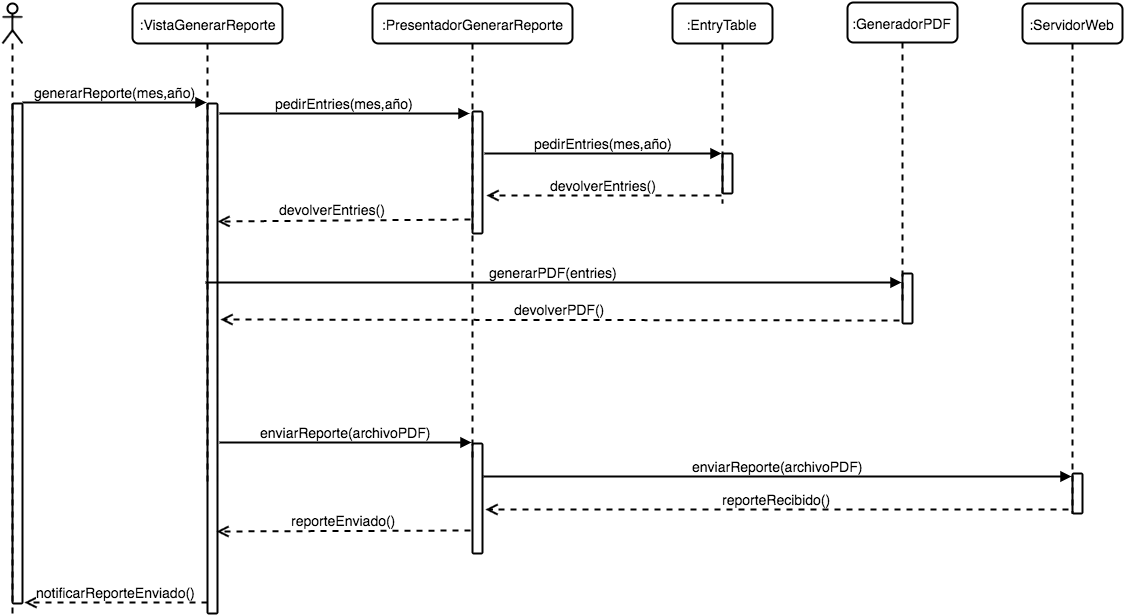
The draw.io diagram imagenes/secuencia_generar_reporte.png in susana1710/libro-pasantia, before a commit. Source tidied: cells renumbered, new cells last; positions are measured from the earlier drawing's top-left corner, leaving out a move shared by most shapes.
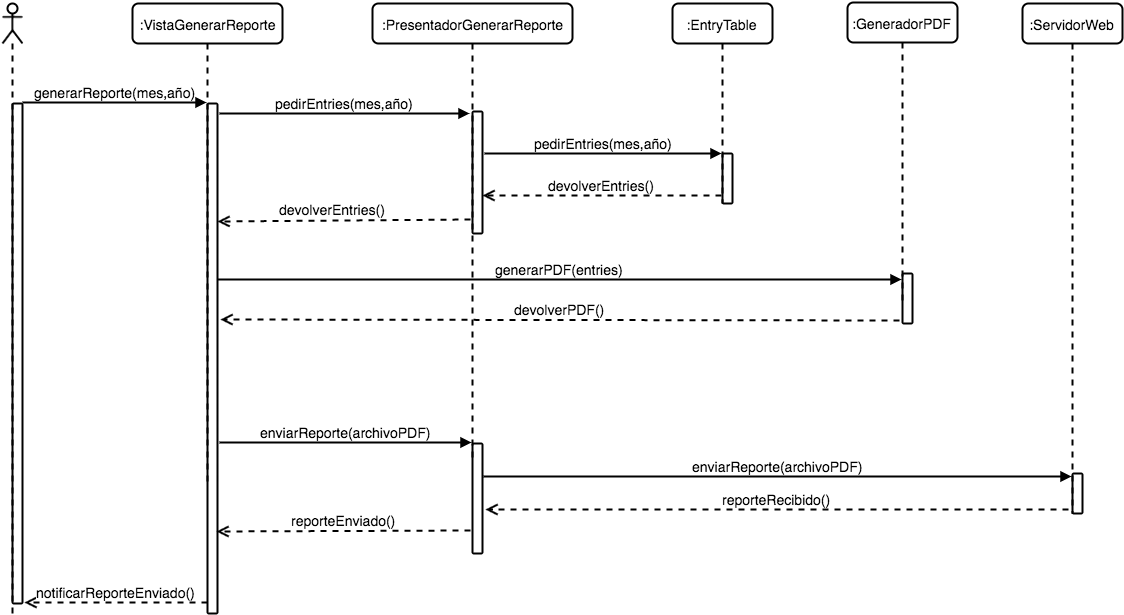
Above is the later version.

What changed in the source:
```diff
@@ -2,10 +2,13 @@
   <root>
     <mxCell id="0" />
     <mxCell id="1" parent="0" />
+    <mxCell id="15" value="generarPDF(entries)" style="html=1;verticalAlign=bottom;endArrow=block;strokeWidth=2;fontSize=14;exitX=1;exitY=0.345;exitPerimeter=0;" parent="1" edge="1" source="5" target="13">
+      <mxGeometry relative="1" as="geometry" />
+    </mxCell>
     <mxCell id="2" style="shape=umlLifeline;participant=umlActor;perimeter=lifelinePerimeter;whiteSpace=wrap;html=1;verticalAlign=top;spacingTop=36;labelBackgroundColor=#ffffff;rounded=1;shadow=0;glass=0;comic=0;strokeWidth=2;fillColor=none;fontSize=14;" parent="1" vertex="1">
       <mxGeometry y="1" width="20" height="610" as="geometry" />
     </mxCell>
-    <mxCell id="3" value=":VistaGenerarReporte" style="shape=umlLifeline;perimeter=lifelinePerimeter;whiteSpace=wrap;html=1;rounded=1;shadow=0;glass=0;comic=0;strokeWidth=2;fontSize=14;strokeColor=#000000;fillColor=#ffffff;" parent="1" vertex="1">
+    <mxCell id="3" value=":VistaGenerarReporte" style="shape=umlLifeline;perimeter=lifelinePerimeter;whiteSpace=wrap;html=1;rounded=1;shadow=0;glass=0;comic=0;strokeWidth=2;fontSize=14;plain-blue;strokeColor=#000000;fillColor=none;" parent="1" vertex="1">
       <mxGeometry x="130" y="1" width="150" height="480" as="geometry" />
     </mxCell>
     <mxCell id="4" value="generarReporte(mes,año)" style="html=1;verticalAlign=bottom;endArrow=block;strokeWidth=2;fontSize=14;" parent="1" edge="1">
@@ -14,10 +17,7 @@
         <mxPoint x="204" y="100" as="targetPoint" />
       </mxGeometry>
     </mxCell>
-    <mxCell id="5" style="html=1;points=[];perimeter=orthogonalPerimeter;rounded=1;shadow=0;glass=0;comic=0;strokeWidth=2;fillColor=none;fontSize=14;" parent="1" vertex="1">
-      <mxGeometry x="205" y="101" width="10" height="510" as="geometry" />
-    </mxCell>
-    <mxCell id="6" value=":PresentadorGenerarReporte" style="shape=umlLifeline;perimeter=lifelinePerimeter;whiteSpace=wrap;html=1;rounded=1;shadow=0;glass=0;comic=0;strokeWidth=2;fontSize=14;strokeColor=#000000;fillColor=#ffffff;" parent="1" vertex="1">
+    <mxCell id="6" value=":PresentadorGenerarReporte" style="shape=umlLifeline;perimeter=lifelinePerimeter;whiteSpace=wrap;html=1;rounded=1;shadow=0;glass=0;comic=0;strokeWidth=2;fontSize=14;plain-blue;strokeColor=#000000;fillColor=none;" parent="1" vertex="1">
       <mxGeometry x="370" y="1" width="200" height="460" as="geometry" />
     </mxCell>
     <mxCell id="7" style="html=1;points=[];perimeter=orthogonalPerimeter;rounded=1;shadow=0;glass=0;comic=0;strokeWidth=2;fillColor=none;fontSize=14;" parent="6" vertex="1">
@@ -35,24 +35,23 @@
         <mxPoint x="215" y="219" as="targetPoint" />
       </mxGeometry>
     </mxCell>
-    <mxCell id="10" value=":EntryTable" style="shape=umlLifeline;perimeter=lifelinePerimeter;whiteSpace=wrap;html=1;outlineConnect=0;rounded=1;shadow=0;glass=0;comic=0;strokeWidth=2;fontSize=14;strokeColor=#000000;fillColor=#ffffff;" parent="1" vertex="1">
+    <mxCell id="10" value=":EntryTable" style="shape=umlLifeline;perimeter=lifelinePerimeter;whiteSpace=wrap;html=1;outlineConnect=0;rounded=1;shadow=0;glass=0;comic=0;strokeWidth=2;fontSize=14;plain-blue;strokeColor=#000000;fillColor=none;" parent="1" vertex="1">
       <mxGeometry x="670" y="1" width="100" height="200" as="geometry" />
     </mxCell>
     <mxCell id="11" value="pedirEntries(mes,año)" style="html=1;verticalAlign=bottom;endArrow=block;strokeWidth=2;fontSize=14;exitX=1.2;exitY=0.344;exitPerimeter=0;" parent="1" edge="1" source="7" target="10">
       <mxGeometry relative="1" as="geometry" />
     </mxCell>
-    <mxCell id="12" value="devolverEntries()" style="html=1;verticalAlign=bottom;endArrow=open;dashed=1;endSize=8;strokeWidth=2;fontSize=14;entryX=1.4;entryY=0.689;entryPerimeter=0;" parent="1" edge="1" source="10" target="7">
-      <mxGeometry relative="1" as="geometry" />
+    <mxCell id="12" value="devolverEntries()" style="html=1;verticalAlign=bottom;endArrow=open;dashed=1;endSize=8;strokeWidth=2;fontSize=14;" parent="1" edge="1" source="10">
+      <mxGeometry relative="1" as="geometry">
+        <mxPoint x="480" y="193" as="targetPoint" />
+      </mxGeometry>
     </mxCell>
-    <mxCell id="13" value=":GeneradorPDF" style="shape=umlLifeline;perimeter=lifelinePerimeter;whiteSpace=wrap;html=1;outlineConnect=0;rounded=1;shadow=0;glass=0;comic=0;strokeWidth=2;fontSize=14;strokeColor=#000000;fillColor=#ffffff;" parent="1" vertex="1">
+    <mxCell id="13" value=":GeneradorPDF" style="shape=umlLifeline;perimeter=lifelinePerimeter;whiteSpace=wrap;html=1;outlineConnect=0;rounded=1;shadow=0;glass=0;comic=0;strokeWidth=2;fontSize=14;plain-blue;strokeColor=#000000;fillColor=none;" parent="1" vertex="1">
       <mxGeometry x="845" width="110" height="300" as="geometry" />
     </mxCell>
     <mxCell id="14" style="html=1;perimeter=orthogonalPerimeter;rounded=1;shadow=0;glass=0;comic=0;strokeWidth=2;fillColor=none;fontSize=14;" parent="1" vertex="1">
-      <mxGeometry x="720" y="151" width="10" height="40" as="geometry" />
+      <mxGeometry x="720" y="151" width="10" height="50" as="geometry" />
     </mxCell>
-    <mxCell id="15" value="generarPDF(entries)" style="html=1;verticalAlign=bottom;endArrow=block;strokeWidth=2;fontSize=14;exitX=-0.2;exitY=0.351;exitPerimeter=0;" parent="1" edge="1" source="5" target="13">
-      <mxGeometry relative="1" as="geometry" />
-    </mxCell>
     <mxCell id="16" style="html=1;points=[];perimeter=orthogonalPerimeter;rounded=1;shadow=0;glass=0;comic=0;strokeWidth=2;fillColor=none;fontSize=14;" parent="1" vertex="1">
       <mxGeometry x="900" y="271" width="10" height="50" as="geometry" />
     </mxCell>
@@ -70,7 +69,7 @@
     <mxCell id="19" style="html=1;points=[];perimeter=orthogonalPerimeter;rounded=1;shadow=0;glass=0;comic=0;strokeWidth=2;fillColor=none;fontSize=14;" parent="1" vertex="1">
       <mxGeometry x="470" y="441" width="10" height="110" as="geometry" />
     </mxCell>
-    <mxCell id="20" value=":ServidorWeb" style="shape=umlLifeline;perimeter=lifelinePerimeter;whiteSpace=wrap;html=1;rounded=1;shadow=0;glass=0;comic=0;strokeWidth=2;fontSize=14;strokeColor=#000000;fillColor=#ffffff;" parent="1" vertex="1">
+    <mxCell id="20" value=":ServidorWeb" style="shape=umlLifeline;perimeter=lifelinePerimeter;whiteSpace=wrap;html=1;rounded=1;shadow=0;glass=0;comic=0;strokeWidth=2;fontSize=14;plain-blue;strokeColor=#000000;fillColor=none;" parent="1" vertex="1">
       <mxGeometry x="1020" y="1" width="100" height="510" as="geometry" />
     </mxCell>
     <mxCell id="21" style="html=1;perimeter=orthogonalPerimeter;rounded=1;shadow=0;glass=0;comic=0;strokeWidth=2;fillColor=none;fontSize=14;" parent="20" vertex="1">
@@ -97,5 +96,8 @@
     <mxCell id="26" style="html=1;points=[];perimeter=orthogonalPerimeter;rounded=1;shadow=0;glass=0;comic=0;strokeWidth=2;fillColor=none;fontSize=14;" parent="1" vertex="1">
       <mxGeometry x="10" y="101" width="10" height="500" as="geometry" />
     </mxCell>
+    <mxCell id="5" style="html=1;points=[];perimeter=orthogonalPerimeter;rounded=1;shadow=0;glass=0;comic=0;strokeWidth=2;fillColor=none;fontSize=14;strokeColor=#000000;" parent="1" vertex="1">
+      <mxGeometry x="205" y="101" width="10" height="510" as="geometry" />
+    </mxCell>
   </root>
 </mxGraphModel>
```
